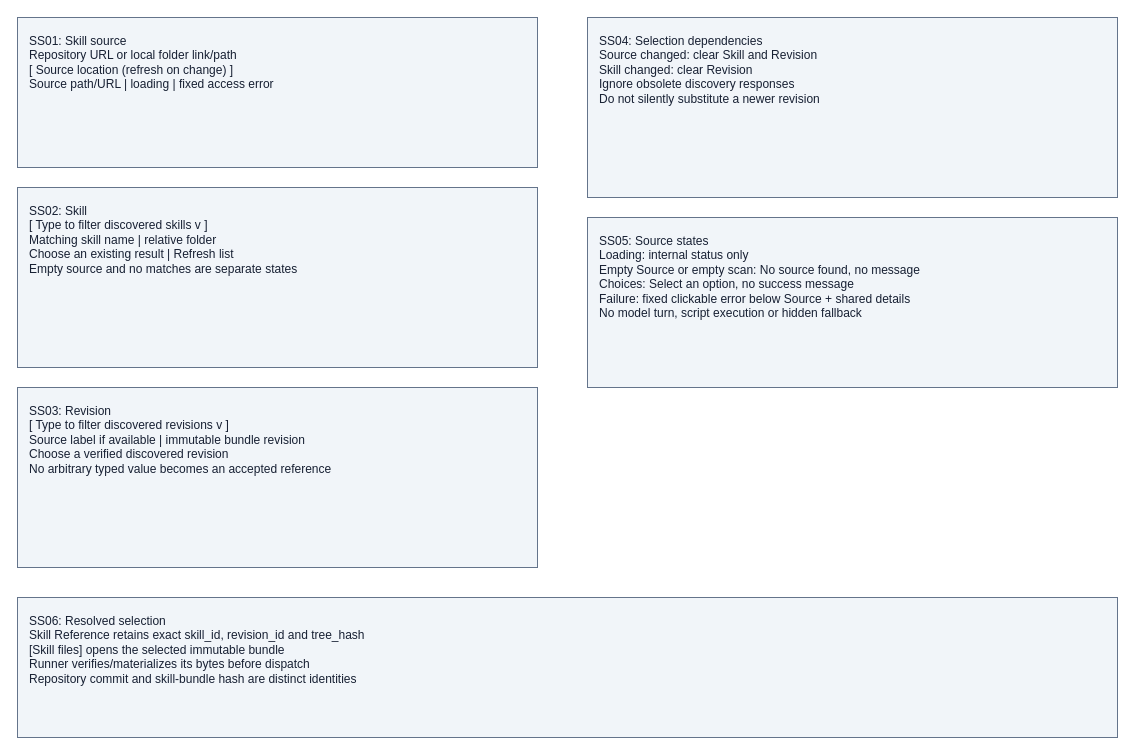
Above: page "Skill source selection" (1 of 2) of projects/laomedo/subsystems/skill-registry/design/skill-source-selection.drawio in amadou-6e/specs (draw.io), before the change. Source tidied: cells renumbered, new cells numbered last; positions are measured from the earlier drawing's top-left corner, leaving out a move shared by most shapes. Both pictures are drawn from the tidied source at 100%, with x=0, y=0 at pixel (17, 17).
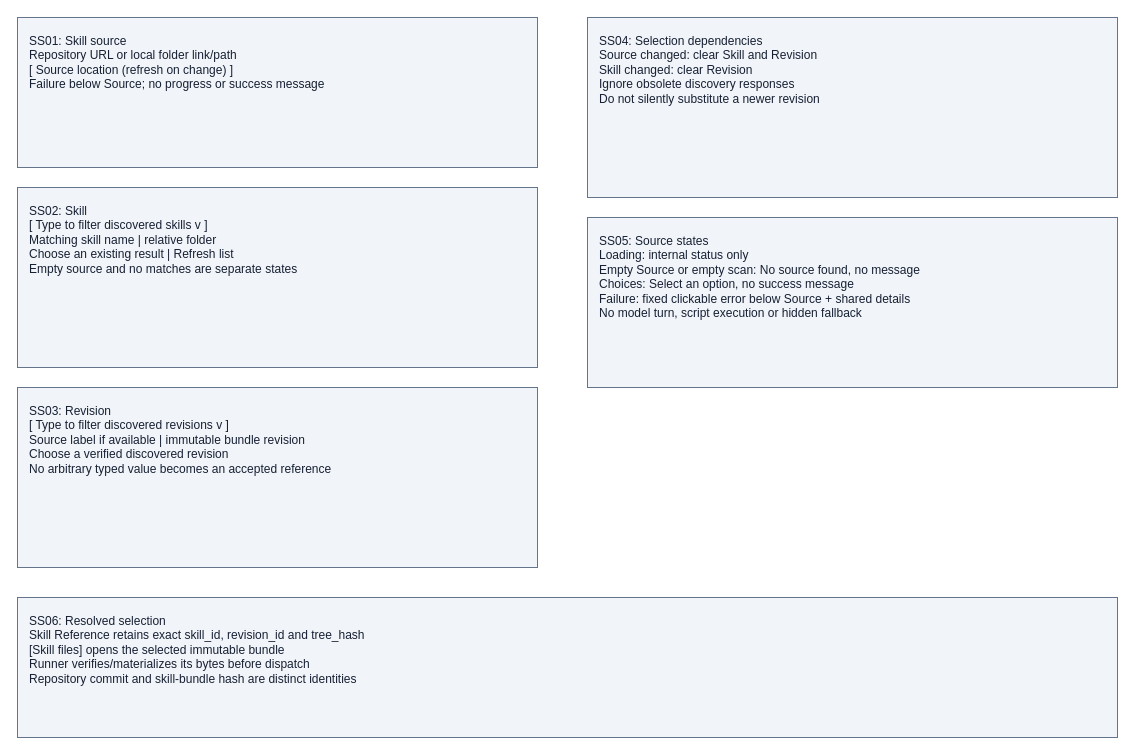
Above is the later version.

Commit message:
Keep source diagram wording consistent with quiet discovery

The edit, as a diff of the source:
```diff
@@
 <mxGraphModel>
   <root>
     <mxCell id="0" />
     <mxCell id="1" parent="0" />
-    <mxCell id="2" value="SS01: Skill source&#10;Repository URL or local folder link/path&#10;[ Source location (refresh on change)     ]&#10;Source path/URL | loading | fixed access error" style="rounded=0;whiteSpace=wrap;html=0;align=left;verticalAlign=top;spacing=12;fillColor=#f1f5f9;strokeColor=#64748b;fontColor=#172033;" parent="1" vertex="1">
+    <mxCell id="2" value="SS01: Skill source&#10;Repository URL or local folder link/path&#10;[ Source location (refresh on change)     ]&#10;Failure below Source; no progress or success message" style="rounded=0;whiteSpace=wrap;html=0;align=left;verticalAlign=top;spacing=12;fillColor=#f1f5f9;strokeColor=#64748b;fontColor=#172033;" parent="1" vertex="1">
       <mxGeometry width="520" height="150" as="geometry" />
     </mxCell>
     <mxCell id="3" value="SS02: Skill&#10;[ Type to filter discovered skills        v ]&#10;Matching skill name | relative folder&#10;Choose an existing result | Refresh list&#10;Empty source and no matches are separate states" style="rounded=0;whiteSpace=wrap;html=0;align=left;verticalAlign=top;spacing=12;fillColor=#f1f5f9;strokeColor=#64748b;fontColor=#172033;" parent="1" vertex="1">
       <mxGeometry y="170" width="520" height="180" as="geometry" />
     </mxCell>
     <mxCell id="4" value="SS03: Revision&#10;[ Type to filter discovered revisions     v ]&#10;Source label if available | immutable bundle revision&#10;Choose a verified discovered revision&#10;No arbitrary typed value becomes an accepted reference" style="rounded=0;whiteSpace=wrap;html=0;align=left;verticalAlign=top;spacing=12;fillColor=#f1f5f9;strokeColor=#64748b;fontColor=#172033;" parent="1" vertex="1">
       <mxGeometry y="370" width="520" height="180" as="geometry" />
     </mxCell>
     <mxCell id="5" value="SS04: Selection dependencies&#10;Source changed: clear Skill and Revision&#10;Skill changed: clear Revision&#10;Ignore obsolete discovery responses&#10;Do not silently substitute a newer revision" style="rounded=0;whiteSpace=wrap;html=0;align=left;verticalAlign=top;spacing=12;fillColor=#f1f5f9;strokeColor=#64748b;fontColor=#172033;" parent="1" vertex="1">
       <mxGeometry x="570" width="530" height="180" as="geometry" />
     </mxCell>
     <mxCell id="6" value="SS05: Source states&#10;Loading: internal status only&#10;Empty Source or empty scan: No source found, no message&#10;Choices: Select an option, no success message&#10;Failure: fixed clickable error below Source + shared details&#10;No model turn, script execution or hidden fallback" style="rounded=0;whiteSpace=wrap;html=0;align=left;verticalAlign=top;spacing=12;fillColor=#f1f5f9;strokeColor=#64748b;fontColor=#172033;" parent="1" vertex="1">
       <mxGeometry x="570" y="200" width="530" height="170" as="geometry" />
     </mxCell>
     <mxCell id="7" value="SS06: Resolved selection&#10;Skill Reference retains exact skill_id, revision_id and tree_hash&#10;[Skill files] opens the selected immutable bundle&#10;Runner verifies/materializes its bytes before dispatch&#10;Repository commit and skill-bundle hash are distinct identities" style="rounded=0;whiteSpace=wrap;html=0;align=left;verticalAlign=top;spacing=12;fillColor=#f1f5f9;strokeColor=#64748b;fontColor=#172033;" parent="1" vertex="1">
       <mxGeometry y="580" width="1100" height="140" as="geometry" />
     </mxCell>
   </root>
 </mxGraphModel>
```
